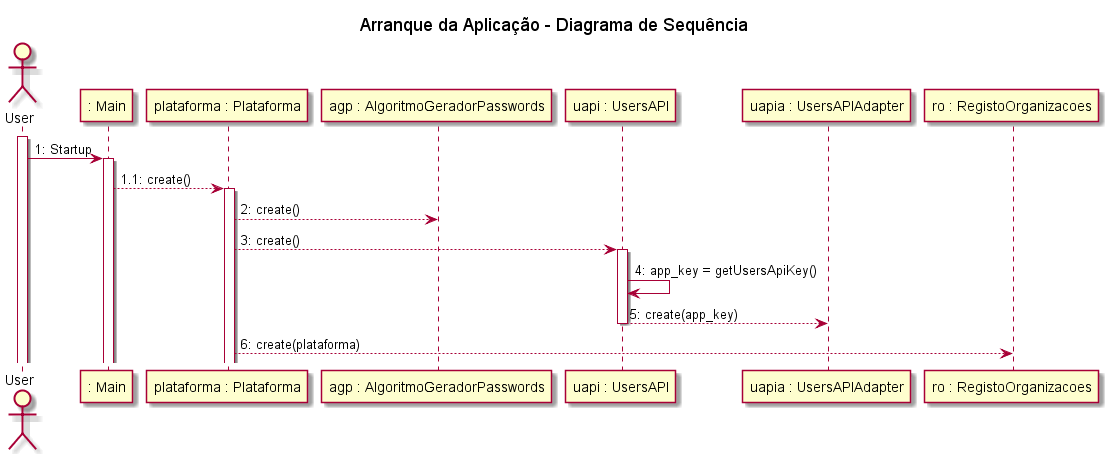
pedro-miguez/upskill_java1_labprg_grupo3 keeps this PlantUML diagram as Start_app/Arranque da Aplicação - Diagrama de Sequência.png. Above is the earlier version.
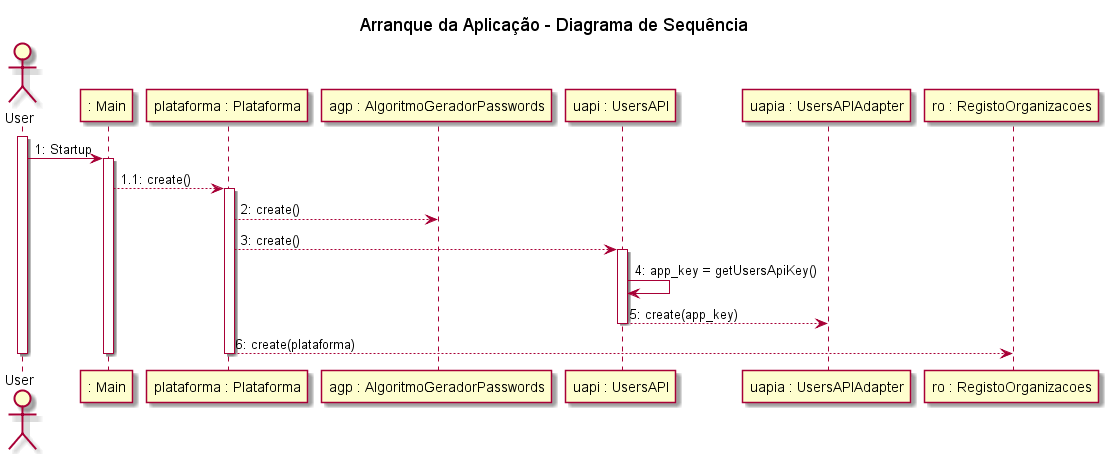
The same diagram one commit later.

Change to the diagram source:
```diff
@@ -24,5 +24,10 @@
 
 "plataforma : Plataforma" --> "ro : RegistoOrganizacoes": 6: create(plataforma)
 
+deactivate "plataforma : Plataforma"
+
+deactivate ": Main"
+
+deactivate User
 
 @enduml
```
